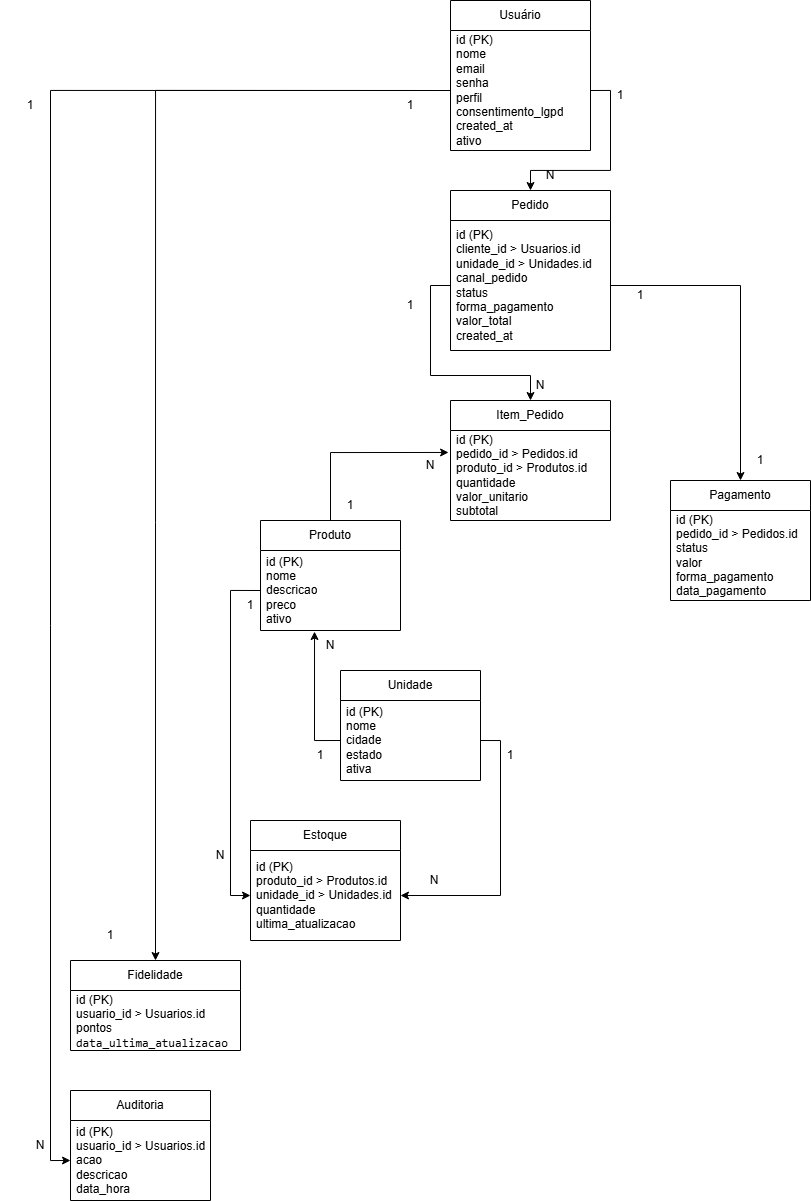
Earlier version of the draw.io export docs/DER.drawio.png (Weiber210/Raizes-do-Norte). Source tidied: cells renumbered, new cells last; positions are measured from the earlier drawing's top-left corner, leaving out a move shared by most shapes.
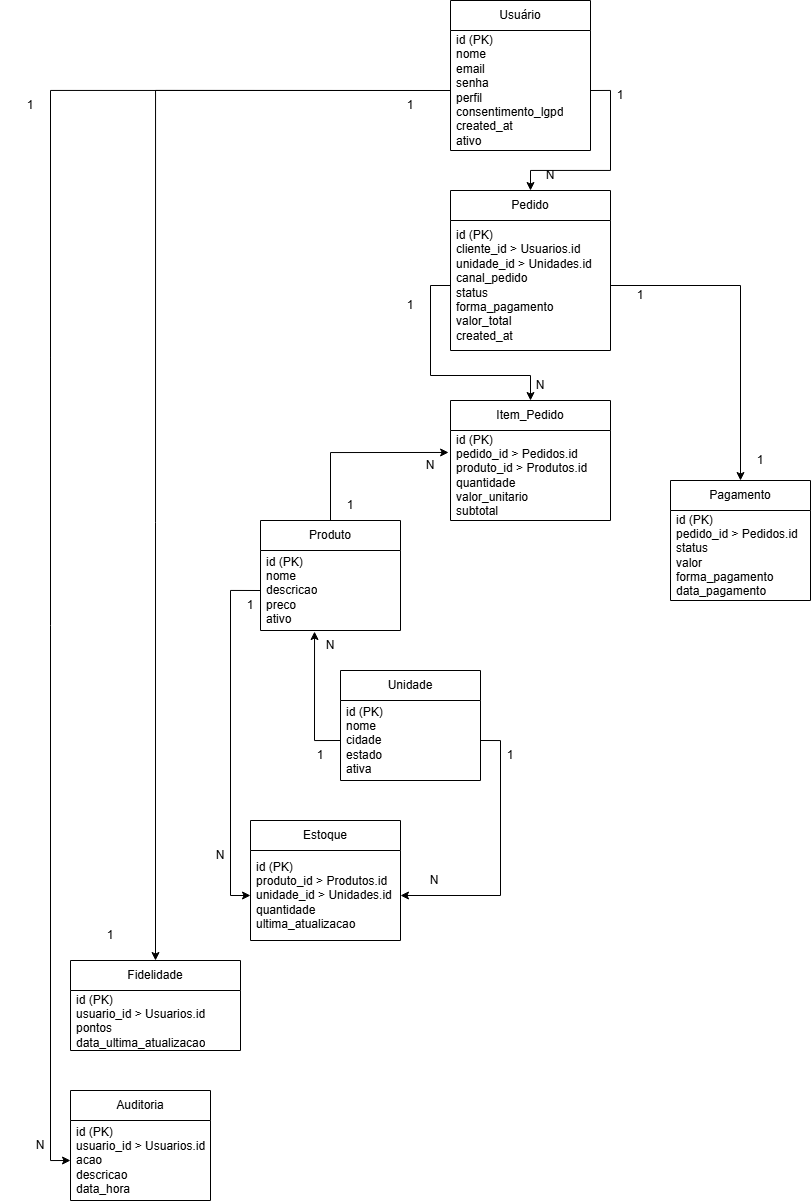
After the change.

Change to the diagram source:
```diff
@@ -47,7 +47,7 @@
     <mxCell id="16" value="Fidelidade" style="swimlane;fontStyle=0;horizontal=1;startSize=30;whiteSpace=wrap;html=1;" parent="1" vertex="1">
       <mxGeometry x="70" y="960" width="170" height="90" as="geometry" />
     </mxCell>
-    <mxCell id="17" value="&lt;div&gt;id&amp;nbsp;&lt;span style=&quot;background-color: transparent; color: light-dark(rgb(0, 0, 0), rgb(255, 255, 255));&quot;&gt;(PK)&lt;/span&gt;&lt;/div&gt;&lt;div&gt;usuario_id &amp;gt;&amp;nbsp;Usuarios.id&lt;/div&gt;&lt;div&gt;pontos&lt;/div&gt;&lt;div&gt;&lt;code&gt;data_ultima_atualizacao&lt;/code&gt;&lt;/div&gt;" style="text;strokeColor=none;fillColor=none;align=left;verticalAlign=middle;spacingLeft=4;spacingRight=4;overflow=hidden;whiteSpace=wrap;html=1;" parent="16" vertex="1">
+    <mxCell id="17" value="&lt;div&gt;id&amp;nbsp;&lt;span style=&quot;background-color: transparent; color: light-dark(rgb(0, 0, 0), rgb(255, 255, 255));&quot;&gt;(PK)&lt;/span&gt;&lt;/div&gt;&lt;div&gt;usuario_id &amp;gt;&amp;nbsp;Usuarios.id&lt;/div&gt;&lt;div&gt;pontos&lt;br&gt;data_ultima_atualizacao&lt;/div&gt;" style="text;strokeColor=none;fillColor=none;align=left;verticalAlign=middle;spacingLeft=4;spacingRight=4;overflow=hidden;whiteSpace=wrap;html=1;" parent="16" vertex="1">
       <mxGeometry y="30" width="170" height="60" as="geometry" />
     </mxCell>
     <mxCell id="18" value="Auditoria" style="swimlane;fontStyle=0;horizontal=1;startSize=30;whiteSpace=wrap;html=1;" parent="1" vertex="1">
```
